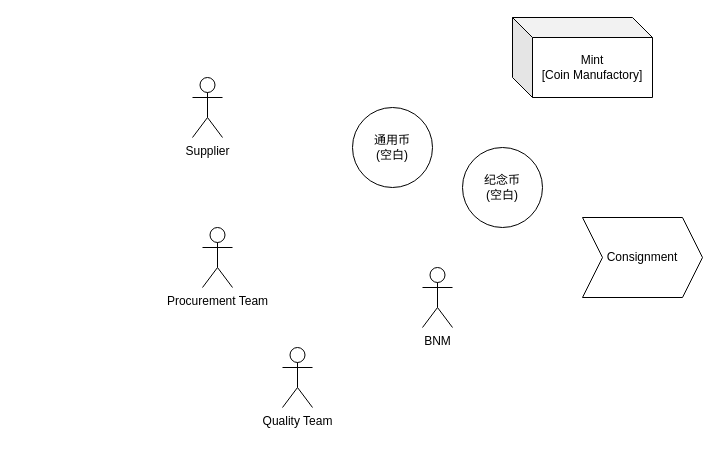
The draw.io diagram 未命名绘图.drawio in johnseetoh25/draw.io_Gallery, before the edit. Source tidied: cells renumbered, new cells numbered last; positions are measured from the earlier drawing's top-left corner, leaving out a move shared by most shapes. Both pictures are drawn from the tidied source at 100%, with x=0, y=0 at pixel (192, 17).
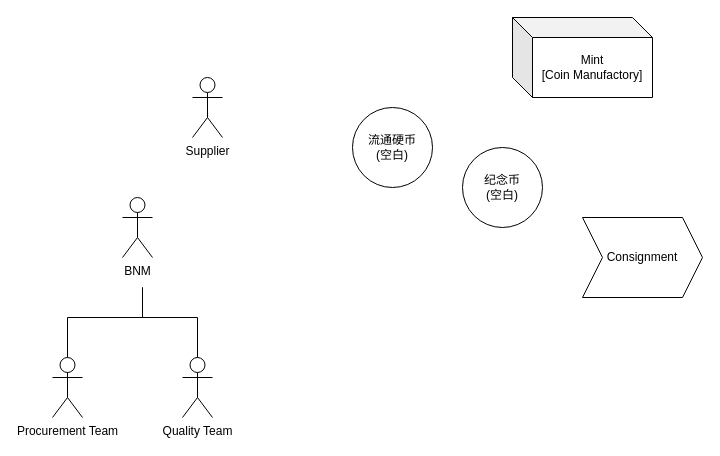
Above is the later version.

Commit message:
更新未命名绘图.drawio

Change to the diagram source:
```diff
@@
 <mxGraphModel>
   <root>
     <mxCell id="0" />
     <mxCell id="1" parent="0" />
     <mxCell id="2" value="Supplier" style="shape=umlActor;verticalLabelPosition=bottom;verticalAlign=top;html=1;" parent="1" vertex="1">
       <mxGeometry y="60" width="30" height="60" as="geometry" />
     </mxCell>
     <mxCell id="3" value="Procurement Team" style="shape=umlActor;verticalLabelPosition=bottom;verticalAlign=top;html=1;outlineConnect=0;" parent="1" vertex="1">
-      <mxGeometry x="10" y="210" width="30" height="60" as="geometry" />
+      <mxGeometry x="-140" y="340" width="30" height="60" as="geometry" />
     </mxCell>
     <mxCell id="4" value="纪念币&lt;br&gt;(空白)" style="ellipse;whiteSpace=wrap;html=1;" parent="1" vertex="1">
       <mxGeometry x="270" y="130" width="80" height="80" as="geometry" />
     </mxCell>
-    <mxCell id="5" value="通用币&lt;br&gt;(空白)" style="ellipse;whiteSpace=wrap;html=1;" parent="1" vertex="1">
+    <mxCell id="5" value="流通硬币&lt;br&gt;(空白)" style="ellipse;whiteSpace=wrap;html=1;" parent="1" vertex="1">
       <mxGeometry x="160" y="90" width="80" height="80" as="geometry" />
     </mxCell>
     <mxCell id="6" value="Mint&lt;br&gt;[Coin Manufactory]" style="shape=cube;whiteSpace=wrap;html=1;boundedLbl=1;backgroundOutline=1;darkOpacity=0.05;darkOpacity2=0.1;" parent="1" vertex="1">
       <mxGeometry x="320" width="140" height="80" as="geometry" />
     </mxCell>
     <mxCell id="7" value="Quality Team" style="shape=umlActor;verticalLabelPosition=bottom;verticalAlign=top;html=1;outlineConnect=0;" parent="1" vertex="1">
-      <mxGeometry x="90" y="330" width="30" height="60" as="geometry" />
+      <mxGeometry x="-10" y="340" width="30" height="60" as="geometry" />
     </mxCell>
     <mxCell id="8" value="Consignment" style="shape=step;perimeter=stepPerimeter;whiteSpace=wrap;html=1;fixedSize=1;" parent="1" vertex="1">
       <mxGeometry x="390" y="200" width="120" height="80" as="geometry" />
     </mxCell>
+    <mxCell id="10" style="edgeStyle=orthogonalEdgeStyle;rounded=0;jettySize=auto;html=1;endArrow=none;endFill=0;" parent="1" edge="1" target="7">
+      <mxGeometry relative="1" as="geometry">
+        <mxPoint x="-50" y="270" as="sourcePoint" />
+        <Array as="points">
+          <mxPoint x="-50" y="300" />
+          <mxPoint x="5" y="300" />
+        </Array>
+      </mxGeometry>
+    </mxCell>
     <mxCell id="9" value="BNM" style="shape=umlActor;verticalLabelPosition=bottom;verticalAlign=top;html=1;" parent="1" vertex="1">
-      <mxGeometry x="230" y="250" width="30" height="60" as="geometry" />
+      <mxGeometry x="-70" y="180" width="30" height="60" as="geometry" />
     </mxCell>
+    <mxCell id="11" style="edgeStyle=orthogonalEdgeStyle;rounded=0;jettySize=auto;html=1;entryX=0.5;entryY=0;entryDx=0;entryDy=0;entryPerimeter=0;endArrow=none;endFill=0;" parent="1" edge="1" target="3">
+      <mxGeometry relative="1" as="geometry">
+        <mxPoint x="-50" y="270" as="sourcePoint" />
+        <Array as="points">
+          <mxPoint x="-50" y="300" />
+          <mxPoint x="-125" y="300" />
+        </Array>
+      </mxGeometry>
+    </mxCell>
   </root>
 </mxGraphModel>
```
